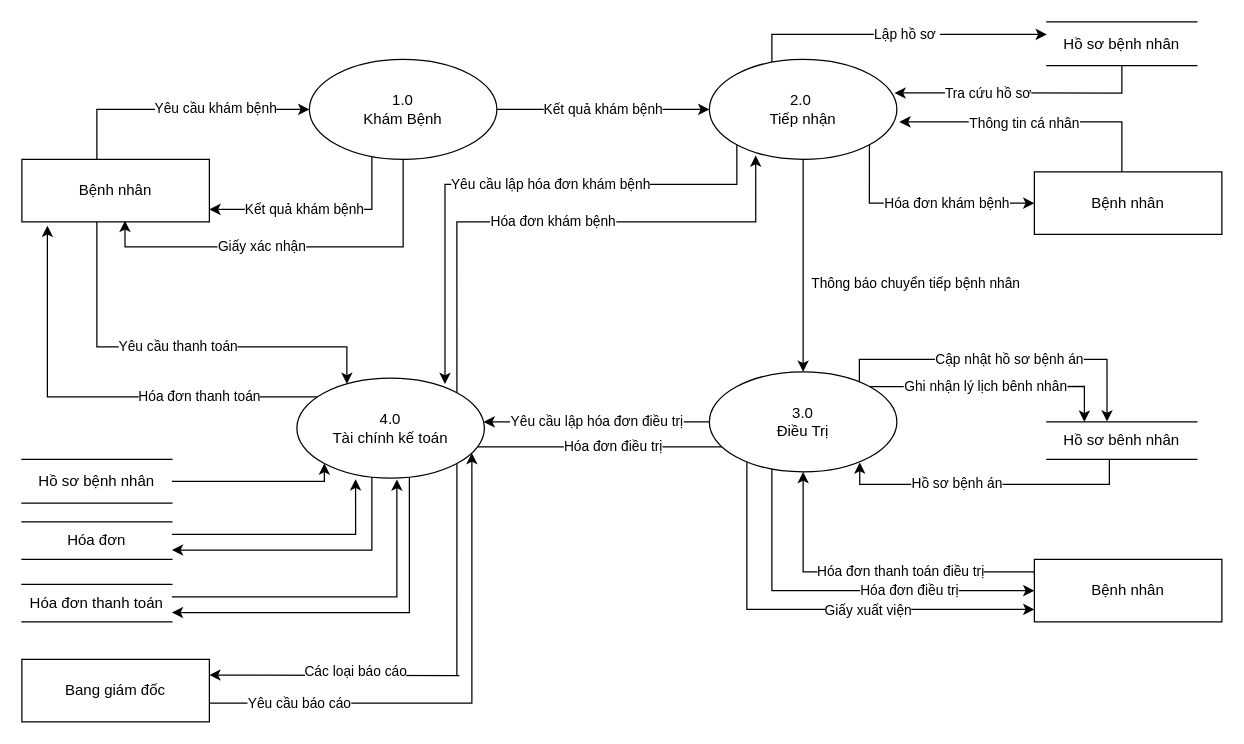
Nhatran241/HTTT keeps this draw.io diagram as MucDinh.drawio. Above is the earlier version. Source tidied: cells renumbered, new cells numbered last; positions are measured from the earlier drawing's top-left corner, leaving out a move shared by most shapes. Both pictures are drawn from the tidied source at 125%, with x=0, y=0 at pixel (21, 21).
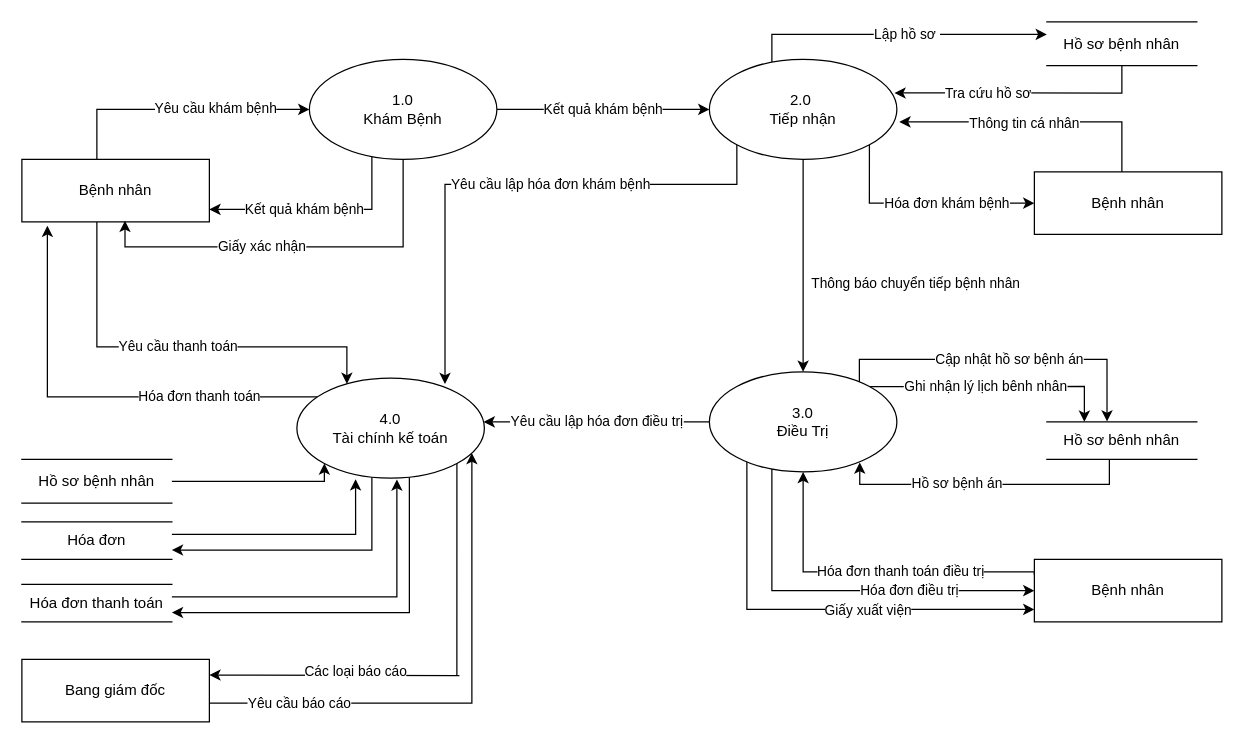
The same page after the edit.

Unchanged cells that the change refers to:
```xml
<mxCell id="14" value="2.0&amp;nbsp;&lt;br&gt;Tiếp nhận" style="ellipse;whiteSpace=wrap;html=1;" parent="1" vertex="1">
  <mxGeometry x="550" y="30" width="150" height="80" as="geometry" />
</mxCell>
<mxCell id="22" value="4.0&lt;br&gt;Tài chính kế toán" style="ellipse;whiteSpace=wrap;html=1;" parent="1" vertex="1">
  <mxGeometry x="220" y="285" width="150" height="80" as="geometry" />
</mxCell>
<mxCell id="30" value="3.0&lt;br&gt;Điều Trị" style="ellipse;whiteSpace=wrap;html=1;" parent="1" vertex="1">
  <mxGeometry x="550" y="280" width="150" height="80" as="geometry" />
</mxCell>
```

The edit, as a diff of the source:
```diff
@@
-    <mxCell id="20" value="Hóa đơn khám bệnh" style="edgeStyle=orthogonalEdgeStyle;rounded=0;jettySize=auto;html=1;exitX=1;exitY=0;exitDx=0;exitDy=0;entryX=0.247;entryY=0.961;entryDx=0;entryDy=0;entryPerimeter=0;" parent="1" edge="1" source="22" target="14">
-      <mxGeometry relative="1" as="geometry">
-        <Array as="points">
-          <mxPoint x="348" y="160" />
-          <mxPoint x="587" y="160" />
-        </Array>
-      </mxGeometry>
-    </mxCell>
-    <mxCell id="21" value="Hóa đơn điều trị" style="edgeStyle=orthogonalEdgeStyle;rounded=0;jettySize=auto;html=1;entryX=0;entryY=1;entryDx=0;entryDy=0;" parent="1" edge="1" source="22" target="30">
-      <mxGeometry relative="1" as="geometry">
-        <Array as="points">
-          <mxPoint x="572" y="340" />
-        </Array>
-      </mxGeometry>
-    </mxCell>
```
